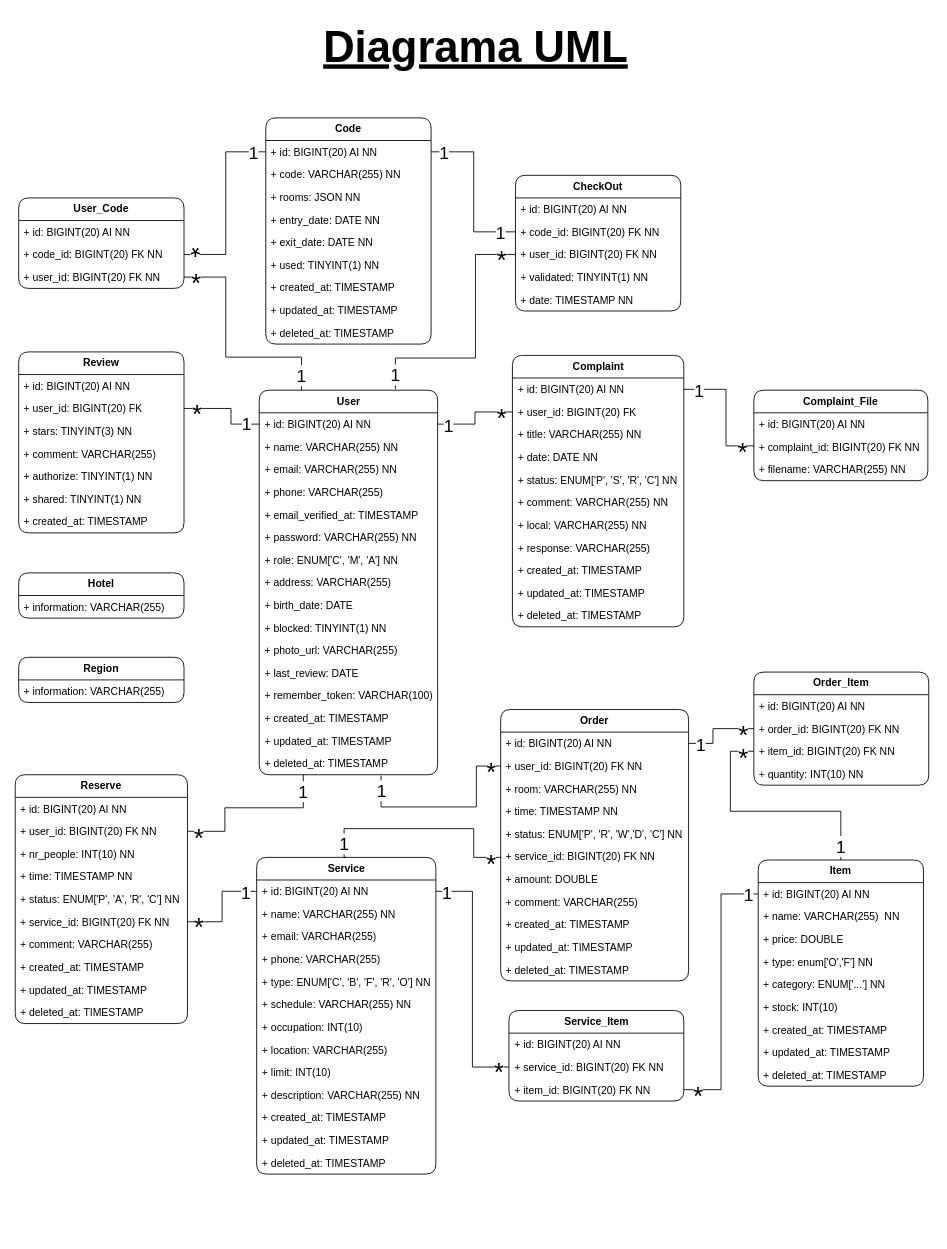
Before: page "Diagrama UML" (1 of 2) of HappyGuest.drawio in Happy-Guest/HG-Notes, a draw.io diagram. Source tidied: cells renumbered, new cells numbered last; positions are measured from the earlier drawing's top-left corner, leaving out a move shared by most shapes. Both pictures are drawn from the tidied source at 87%, with x=0, y=0 at pixel (15, 15).
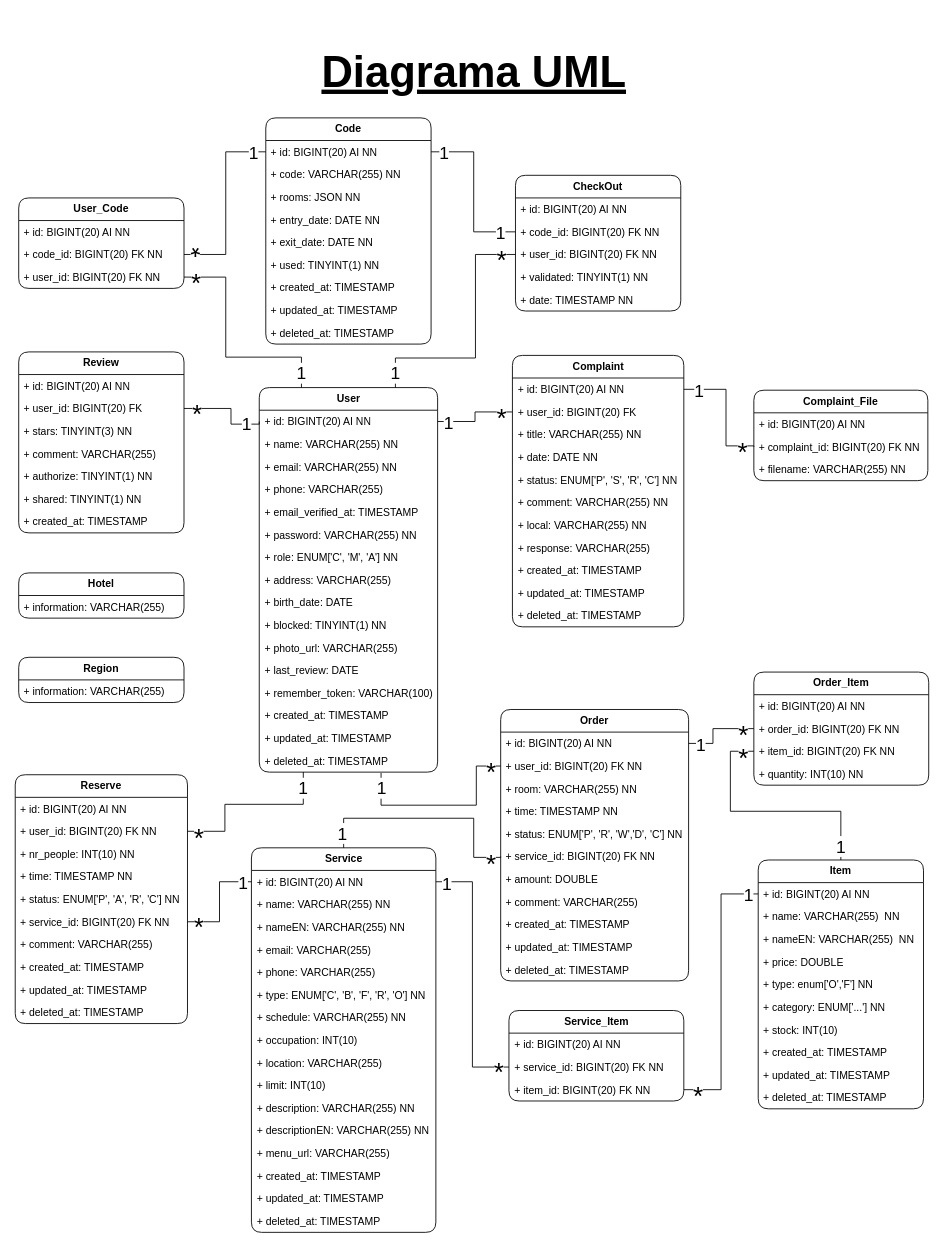
The same page after the edit.

Unchanged cells that the change refers to:
```xml
<mxCell id="18" value="+ deleted_at: TIMESTAMP" style="text;strokeColor=none;fillColor=none;align=left;verticalAlign=top;spacingLeft=4;spacingRight=4;overflow=hidden;points=[[0,0.5],[1,0.5]];portConstraint=eastwest;whiteSpace=wrap;html=1;" parent="2" vertex="1">
  <mxGeometry y="416" width="205" height="26" as="geometry" />
</mxCell>
<mxCell id="64" value="+ user_id: BIGINT(20) FK NN" style="text;strokeColor=none;fillColor=none;align=left;verticalAlign=top;spacingLeft=4;spacingRight=4;overflow=hidden;points=[[0,0.5],[1,0.5]];portConstraint=eastwest;whiteSpace=wrap;html=1;" parent="62" vertex="1">
  <mxGeometry y="52" width="198" height="26" as="geometry" />
</mxCell>
<mxCell id="86" value="+ user_id: BIGINT(20) FK NN" style="text;strokeColor=none;fillColor=none;align=left;verticalAlign=top;spacingLeft=4;spacingRight=4;overflow=hidden;points=[[0,0.5],[1,0.5]];portConstraint=eastwest;whiteSpace=wrap;html=1;" parent="83" vertex="1">
  <mxGeometry y="78" width="190" height="26" as="geometry" />
</mxCell>
<mxCell id="125" value="+ user_id: BIGINT(20) FK NN" style="text;strokeColor=none;fillColor=none;align=left;verticalAlign=top;spacingLeft=4;spacingRight=4;overflow=hidden;points=[[0,0.5],[1,0.5]];portConstraint=eastwest;whiteSpace=wrap;html=1;" parent="123" vertex="1">
  <mxGeometry y="52" width="216" height="26" as="geometry" />
</mxCell>
<mxCell id="129" value="+ service_id: BIGINT(20) FK NN" style="text;strokeColor=none;fillColor=none;align=left;verticalAlign=top;spacingLeft=4;spacingRight=4;overflow=hidden;points=[[0,0.5],[1,0.5]];portConstraint=eastwest;whiteSpace=wrap;html=1;" parent="123" vertex="1">
  <mxGeometry y="156" width="216" height="26" as="geometry" />
</mxCell>
```

The edit, as a diff of the source:
```diff
@@
     <mxCell id="2" value="&lt;b&gt;User&lt;/b&gt;" style="swimlane;fontStyle=0;horizontal=1;startSize=26;fillColor=none;whiteSpace=wrap;html=1;perimeterSpacing=0;rounded=1;" parent="1" vertex="1">
-      <mxGeometry x="280.5" y="431" width="205" height="442" as="geometry" />
+      <mxGeometry x="280.5" y="428" width="205" height="442" as="geometry" />
     </mxCell>
@@
     <mxCell id="19" value="Diagrama UML" style="text;html=1;align=center;verticalAlign=middle;strokeColor=none;fillColor=none;fontSize=50;fontStyle=5;" parent="1" vertex="1">
-      <mxGeometry x="345" width="368" height="72" as="geometry" />
+      <mxGeometry x="343" y="29" width="368" height="72" as="geometry" />
     </mxCell>
@@
     <mxCell id="73" value="&lt;b&gt;Item&lt;/b&gt;" style="swimlane;fontStyle=0;horizontal=1;startSize=26;fillColor=none;whiteSpace=wrap;html=1;perimeterSpacing=0;rounded=1;" parent="1" vertex="1">
-      <mxGeometry x="854" y="971" width="190" height="260" as="geometry" />
+      <mxGeometry x="854" y="971" width="190" height="286" as="geometry" />
     </mxCell>
@@
+    <mxCell id="169" value="+ nameEN: VARCHAR(255)&amp;nbsp; NN" style="text;strokeColor=none;fillColor=none;align=left;verticalAlign=top;spacingLeft=4;spacingRight=4;overflow=hidden;whiteSpace=wrap;html=1;" parent="73" vertex="1">
+      <mxGeometry y="78" width="190" height="26" as="geometry" />
+    </mxCell>
     <mxCell id="76" value="+ price: DOUBLE" style="text;strokeColor=none;fillColor=none;align=left;verticalAlign=top;spacingLeft=4;spacingRight=4;overflow=hidden;whiteSpace=wrap;html=1;" parent="73" vertex="1">
-      <mxGeometry y="78" width="190" height="26" as="geometry" />
+      <mxGeometry y="104" width="190" height="26" as="geometry" />
     </mxCell>
     <mxCell id="77" value="+ type: enum['O','F'] NN" style="text;strokeColor=none;fillColor=none;align=left;verticalAlign=top;spacingLeft=4;spacingRight=4;overflow=hidden;whiteSpace=wrap;html=1;" parent="73" vertex="1">
-      <mxGeometry y="104" width="190" height="26" as="geometry" />
+      <mxGeometry y="130" width="190" height="26" as="geometry" />
     </mxCell>
     <mxCell id="78" value="+ category: ENUM['...'] NN" style="text;strokeColor=none;fillColor=none;align=left;verticalAlign=top;spacingLeft=4;spacingRight=4;overflow=hidden;whiteSpace=wrap;html=1;" parent="73" vertex="1">
-      <mxGeometry y="130" width="190" height="26" as="geometry" />
+      <mxGeometry y="156" width="190" height="26" as="geometry" />
     </mxCell>
     <mxCell id="79" value="+ stock: INT(10)" style="text;strokeColor=none;fillColor=none;align=left;verticalAlign=top;spacingLeft=4;spacingRight=4;overflow=hidden;whiteSpace=wrap;html=1;" parent="73" vertex="1">
-      <mxGeometry y="156" width="190" height="26" as="geometry" />
+      <mxGeometry y="182" width="190" height="26" as="geometry" />
     </mxCell>
     <mxCell id="80" value="+ created_at: TIMESTAMP" style="text;strokeColor=none;fillColor=none;align=left;verticalAlign=top;spacingLeft=4;spacingRight=4;overflow=hidden;whiteSpace=wrap;html=1;" parent="73" vertex="1">
-      <mxGeometry y="182" width="190" height="26" as="geometry" />
+      <mxGeometry y="208" width="190" height="26" as="geometry" />
     </mxCell>
     <mxCell id="81" value="+ updated_at: TIMESTAMP" style="text;strokeColor=none;fillColor=none;align=left;verticalAlign=top;spacingLeft=4;spacingRight=4;overflow=hidden;whiteSpace=wrap;html=1;" parent="73" vertex="1">
-      <mxGeometry y="208" width="190" height="26" as="geometry" />
+      <mxGeometry y="234" width="190" height="26" as="geometry" />
     </mxCell>
     <mxCell id="82" value="+ deleted_at: TIMESTAMP" style="text;strokeColor=none;fillColor=none;align=left;verticalAlign=top;spacingLeft=4;spacingRight=4;overflow=hidden;whiteSpace=wrap;html=1;" parent="73" vertex="1">
-      <mxGeometry y="234" width="190" height="26" as="geometry" />
+      <mxGeometry y="260" width="190" height="26" as="geometry" />
     </mxCell>
@@
     <mxCell id="89" style="edgeStyle=orthogonalEdgeStyle;rounded=0;jettySize=auto;html=1;endArrow=none;endFill=0;exitX=0;exitY=0.5;exitDx=0;exitDy=0;" parent="1" edge="1" source="86">
       <mxGeometry relative="1" as="geometry">
-        <mxPoint x="437" y="430" as="targetPoint" />
+        <mxPoint x="437" y="428" as="targetPoint" />
         <Array as="points">
           <mxPoint x="529" y="275" />
           <mxPoint x="529" y="394" />
           <mxPoint x="437" y="394" />
         </Array>
       </mxGeometry>
     </mxCell>
@@
     <mxCell id="94" value="&lt;font style=&quot;font-size: 20px;&quot;&gt;1&lt;/font&gt;" style="edgeLabel;html=1;align=center;verticalAlign=middle;" parent="1" vertex="1">
-      <mxGeometry x="436" y="412" as="geometry" />
+      <mxGeometry x="436" y="410" as="geometry" />
     </mxCell>
@@
     <mxCell id="104" value="&lt;font style=&quot;font-size: 20px;&quot;&gt;1&lt;/font&gt;" style="edgeLabel;html=1;align=center;verticalAlign=middle;" parent="1" vertex="1">
-      <mxGeometry x="443" y="485" as="geometry">
+      <mxGeometry x="443" y="482" as="geometry">
         <mxPoint x="-115" y="-72" as="offset" />
       </mxGeometry>
     </mxCell>
     <mxCell id="105" value="&lt;b&gt;Service&lt;br&gt;&lt;/b&gt;" style="swimlane;fontStyle=0;horizontal=1;startSize=26;fillColor=none;whiteSpace=wrap;html=1;perimeterSpacing=0;rounded=1;" parent="1" vertex="1">
-      <mxGeometry x="277.5" y="968" width="206" height="364" as="geometry" />
+      <mxGeometry x="271.5" y="957" width="212" height="442" as="geometry" />
     </mxCell>
     <mxCell id="106" value="+ id: BIGINT(20) AI NN" style="text;strokeColor=none;fillColor=none;align=left;verticalAlign=top;spacingLeft=4;spacingRight=4;overflow=hidden;points=[[0,0.5],[1,0.5]];portConstraint=eastwest;whiteSpace=wrap;html=1;" parent="105" vertex="1">
-      <mxGeometry y="26" width="206" height="26" as="geometry" />
+      <mxGeometry y="26" width="212" height="26" as="geometry" />
     </mxCell>
+    <mxCell id="170" value="+ name: VARCHAR(255) NN" style="text;strokeColor=none;fillColor=none;align=left;verticalAlign=top;spacingLeft=4;spacingRight=4;overflow=hidden;whiteSpace=wrap;html=1;" parent="105" vertex="1">
+      <mxGeometry y="52" width="212" height="26" as="geometry" />
+    </mxCell>
-    <mxCell id="107" value="+ name: VARCHAR(255) NN" style="text;strokeColor=none;fillColor=none;align=left;verticalAlign=top;spacingLeft=4;spacingRight=4;overflow=hidden;whiteSpace=wrap;html=1;" parent="105" vertex="1">
-      <mxGeometry y="52" width="206" height="26" as="geometry" />
+    <mxCell id="107" value="+ nameEN: VARCHAR(255) NN" style="text;strokeColor=none;fillColor=none;align=left;verticalAlign=top;spacingLeft=4;spacingRight=4;overflow=hidden;whiteSpace=wrap;html=1;" parent="105" vertex="1">
+      <mxGeometry y="78" width="212" height="26" as="geometry" />
     </mxCell>
     <mxCell id="108" value="+ email: VARCHAR(255)" style="text;strokeColor=none;fillColor=none;align=left;verticalAlign=top;spacingLeft=4;spacingRight=4;overflow=hidden;whiteSpace=wrap;html=1;" parent="105" vertex="1">
-      <mxGeometry y="78" width="206" height="26" as="geometry" />
+      <mxGeometry y="104" width="212" height="26" as="geometry" />
     </mxCell>
     <mxCell id="109" value="+ phone: VARCHAR(255)" style="text;strokeColor=none;fillColor=none;align=left;verticalAlign=top;spacingLeft=4;spacingRight=4;overflow=hidden;whiteSpace=wrap;html=1;" parent="105" vertex="1">
-      <mxGeometry y="104" width="206" height="26" as="geometry" />
+      <mxGeometry y="130" width="212" height="26" as="geometry" />
     </mxCell>
     <mxCell id="110" value="+ type: ENUM['C', 'B', 'F', 'R', 'O'] NN" style="text;strokeColor=none;fillColor=none;align=left;verticalAlign=top;spacingLeft=4;spacingRight=4;overflow=hidden;whiteSpace=wrap;html=1;" parent="105" vertex="1">
-      <mxGeometry y="130" width="206" height="26" as="geometry" />
+      <mxGeometry y="156" width="212" height="26" as="geometry" />
     </mxCell>
     <mxCell id="111" value="+&amp;nbsp;schedule: VARCHAR(255) NN" style="text;strokeColor=none;fillColor=none;align=left;verticalAlign=top;spacingLeft=4;spacingRight=4;overflow=hidden;whiteSpace=wrap;html=1;" parent="105" vertex="1">
-      <mxGeometry y="156" width="206" height="26" as="geometry" />
+      <mxGeometry y="182" width="212" height="26" as="geometry" />
     </mxCell>
     <mxCell id="112" value="+ occupation: INT(10)" style="text;strokeColor=none;fillColor=none;align=left;verticalAlign=top;spacingLeft=4;spacingRight=4;overflow=hidden;whiteSpace=wrap;html=1;" parent="105" vertex="1">
-      <mxGeometry y="182" width="206" height="26" as="geometry" />
+      <mxGeometry y="208" width="212" height="26" as="geometry" />
     </mxCell>
     <mxCell id="113" value="+ location: VARCHAR(255)" style="text;strokeColor=none;fillColor=none;align=left;verticalAlign=top;spacingLeft=4;spacingRight=4;overflow=hidden;whiteSpace=wrap;html=1;" parent="105" vertex="1">
-      <mxGeometry y="208" width="206" height="26" as="geometry" />
+      <mxGeometry y="234" width="212" height="26" as="geometry" />
     </mxCell>
     <mxCell id="114" value="+&amp;nbsp;limit: INT(10)" style="text;strokeColor=none;fillColor=none;align=left;verticalAlign=top;spacingLeft=4;spacingRight=4;overflow=hidden;whiteSpace=wrap;html=1;" parent="105" vertex="1">
-      <mxGeometry y="234" width="206" height="26" as="geometry" />
+      <mxGeometry y="260" width="212" height="26" as="geometry" />
     </mxCell>
     <mxCell id="115" value="+ description: VARCHAR(255) NN" style="text;strokeColor=none;fillColor=none;align=left;verticalAlign=top;spacingLeft=4;spacingRight=4;overflow=hidden;whiteSpace=wrap;html=1;" parent="105" vertex="1">
-      <mxGeometry y="260" width="206" height="26" as="geometry" />
+      <mxGeometry y="286" width="212" height="26" as="geometry" />
     </mxCell>
+    <mxCell id="171" value="+ descriptionEN: VARCHAR(255) NN" style="text;strokeColor=none;fillColor=none;align=left;verticalAlign=top;spacingLeft=4;spacingRight=4;overflow=hidden;whiteSpace=wrap;html=1;" parent="105" vertex="1">
+      <mxGeometry y="312" width="212" height="26" as="geometry" />
+    </mxCell>
+    <mxCell id="172" value="+ menu_url: VARCHAR(255)" style="text;strokeColor=none;fillColor=none;align=left;verticalAlign=top;spacingLeft=4;spacingRight=4;overflow=hidden;whiteSpace=wrap;html=1;" parent="105" vertex="1">
+      <mxGeometry y="338" width="212" height="26" as="geometry" />
+    </mxCell>
     <mxCell id="116" value="+ created_at: TIMESTAMP" style="text;strokeColor=none;fillColor=none;align=left;verticalAlign=top;spacingLeft=4;spacingRight=4;overflow=hidden;whiteSpace=wrap;html=1;" parent="105" vertex="1">
-      <mxGeometry y="286" width="206" height="26" as="geometry" />
+      <mxGeometry y="364" width="212" height="26" as="geometry" />
     </mxCell>
     <mxCell id="117" value="+ updated_at: TIMESTAMP" style="text;strokeColor=none;fillColor=none;align=left;verticalAlign=top;spacingLeft=4;spacingRight=4;overflow=hidden;whiteSpace=wrap;html=1;" parent="105" vertex="1">
-      <mxGeometry y="312" width="206" height="26" as="geometry" />
+      <mxGeometry y="390" width="212" height="26" as="geometry" />
     </mxCell>
     <mxCell id="118" value="+ deleted_at: TIMESTAMP" style="text;strokeColor=none;fillColor=none;align=left;verticalAlign=top;spacingLeft=4;spacingRight=4;overflow=hidden;whiteSpace=wrap;html=1;" parent="105" vertex="1">
-      <mxGeometry y="338" width="206" height="26" as="geometry" />
+      <mxGeometry y="416" width="212" height="26" as="geometry" />
     </mxCell>
@@
     <mxCell id="145" style="edgeStyle=orthogonalEdgeStyle;rounded=0;jettySize=auto;html=1;entryX=0.247;entryY=0.996;entryDx=0;entryDy=0;entryPerimeter=0;endArrow=none;endFill=0;" parent="1" edge="1" source="64" target="18">
       <mxGeometry relative="1" as="geometry">
         <Array as="points">
           <mxPoint x="241" y="938" />
-          <mxPoint x="241" y="911" />
-          <mxPoint x="331" y="911" />
+          <mxPoint x="241" y="907" />
+          <mxPoint x="331" y="907" />
         </Array>
       </mxGeometry>
     </mxCell>
     <mxCell id="146" style="edgeStyle=orthogonalEdgeStyle;rounded=0;jettySize=auto;html=1;entryX=0.683;entryY=1.036;entryDx=0;entryDy=0;entryPerimeter=0;endArrow=none;endFill=0;" parent="1" edge="1" source="125" target="18">
       <mxGeometry relative="1" as="geometry">
         <Array as="points">
           <mxPoint x="530" y="863" />
-          <mxPoint x="530" y="910" />
-          <mxPoint x="421" y="910" />
+          <mxPoint x="530" y="908" />
+          <mxPoint x="421" y="908" />
         </Array>
       </mxGeometry>
     </mxCell>
     <mxCell id="147" style="edgeStyle=orthogonalEdgeStyle;rounded=0;jettySize=auto;html=1;entryX=0.5;entryY=0;entryDx=0;entryDy=0;endArrow=none;endFill=0;exitX=0;exitY=0.5;exitDx=0;exitDy=0;" parent="1" edge="1" source="129" target="105">
       <mxGeometry relative="1" as="geometry">
         <Array as="points">
           <mxPoint x="558" y="968" />
           <mxPoint x="527" y="968" />
-          <mxPoint x="527" y="935" />
-          <mxPoint x="378" y="935" />
+          <mxPoint x="527" y="923" />
+          <mxPoint x="377" y="923" />
         </Array>
       </mxGeometry>
     </mxCell>
@@
     <mxCell id="154" value="&lt;font style=&quot;font-size: 20px;&quot;&gt;1&lt;/font&gt;" style="edgeLabel;html=1;align=center;verticalAlign=middle;" parent="1" vertex="1">
-      <mxGeometry x="330" y="891" as="geometry" />
+      <mxGeometry x="330" y="887" as="geometry" />
     </mxCell>
     <mxCell id="155" value="&lt;font style=&quot;font-size: 20px;&quot;&gt;1&lt;/font&gt;" style="edgeLabel;html=1;align=center;verticalAlign=middle;" parent="1" vertex="1">
-      <mxGeometry x="419" y="899" as="geometry">
+      <mxGeometry x="419" y="896" as="geometry">
         <mxPoint x="1" y="-9" as="offset" />
       </mxGeometry>
     </mxCell>
@@
     <mxCell id="157" value="&lt;font style=&quot;font-size: 20px;&quot;&gt;1&lt;/font&gt;" style="edgeLabel;html=1;align=center;verticalAlign=middle;" parent="1" vertex="1">
-      <mxGeometry x="370" y="948" as="geometry">
+      <mxGeometry x="367" y="937" as="geometry">
         <mxPoint x="-106" y="59" as="offset" />
       </mxGeometry>
     </mxCell>
@@
     <mxCell id="159" value="&lt;font style=&quot;font-size: 20px;&quot;&gt;1&lt;/font&gt;" style="edgeLabel;html=1;align=center;verticalAlign=middle;" parent="1" vertex="1">
-      <mxGeometry x="483.5" y="892" as="geometry">
+      <mxGeometry x="481.5" y="880" as="geometry">
         <mxPoint x="-106" y="59" as="offset" />
       </mxGeometry>
     </mxCell>
@@
     <mxCell id="165" value="&lt;font style=&quot;font-size: 20px;&quot;&gt;1&lt;/font&gt;" style="edgeLabel;html=1;align=center;verticalAlign=middle;" parent="1" vertex="1">
-      <mxGeometry x="601" y="948" as="geometry">
+      <mxGeometry x="601" y="938" as="geometry">
         <mxPoint x="-106" y="59" as="offset" />
       </mxGeometry>
     </mxCell>
```
